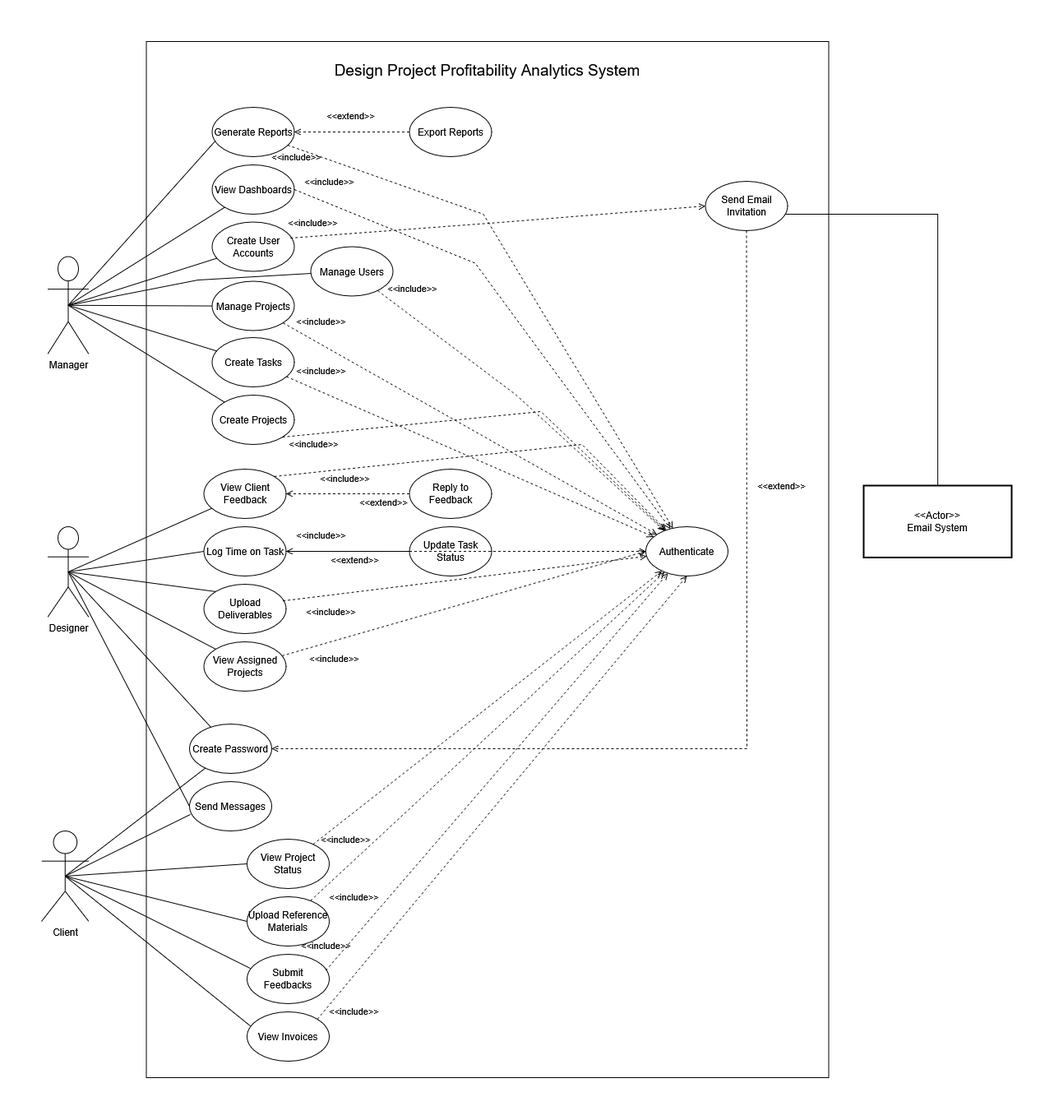
This is docs/diagrams/UseCaseGlobal.drawio.png from mahdi000666/design-analytics, a draw.io export, as it was before one commit. Source tidied: cells renumbered, new cells last; positions are measured from the earlier drawing's top-left corner, leaving out a move shared by most shapes.
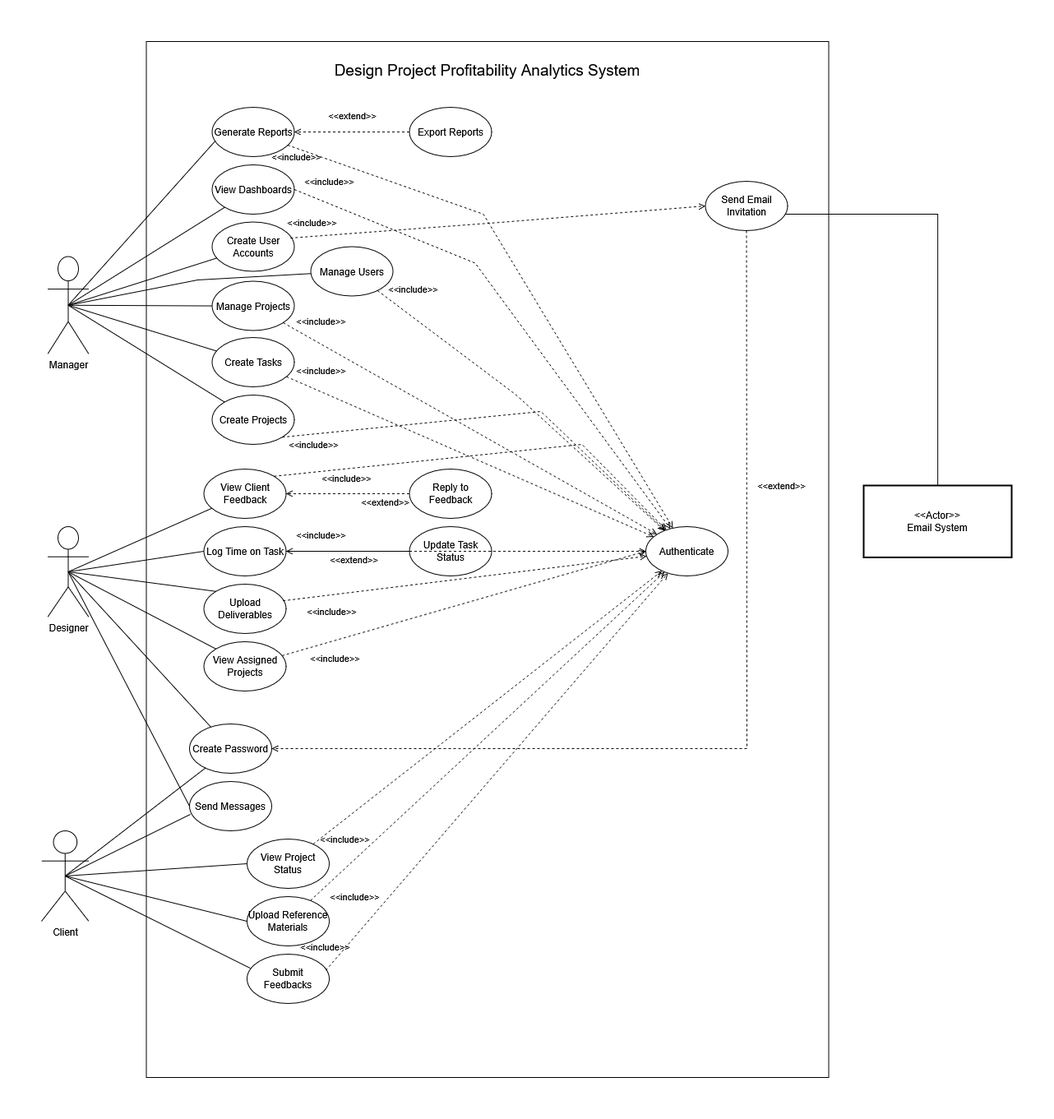
The same file after the commit.

The edit, as a diff of the source:
```diff
@@ -211,12 +211,6 @@
     <mxCell id="58" value="&amp;lt;&amp;lt;include&amp;gt;&amp;gt;" style="html=1;verticalAlign=bottom;labelBackgroundColor=none;endArrow=open;endFill=0;dashed=1;rounded=0;exitX=0.958;exitY=0.329;exitDx=0;exitDy=0;exitPerimeter=0;" parent="1" edge="1" source="49" target="19">
       <mxGeometry x="-0.95" y="13" relative="1" as="geometry" />
     </mxCell>
-    <mxCell id="59" value="View Invoices" style="ellipse;whiteSpace=wrap;html=1;" parent="1" vertex="1">
-      <mxGeometry x="250" y="1180" width="100" height="60" as="geometry" />
-    </mxCell>
-    <mxCell id="60" style="edgeStyle=none;html=1;endArrow=none;verticalAlign=bottom;rounded=0;entryX=0.039;entryY=0.285;entryDx=0;entryDy=0;exitX=0.5;exitY=0.5;exitDx=0;exitDy=0;exitPerimeter=0;entryPerimeter=0;" parent="1" edge="1" source="10" target="59">
-      <mxGeometry relative="1" as="geometry" />
-    </mxCell>
     <mxCell id="61" value="&lt;div&gt;Send Messages&lt;/div&gt;" style="ellipse;whiteSpace=wrap;html=1;" parent="1" vertex="1">
       <mxGeometry x="180" y="900" width="100" height="60" as="geometry" />
     </mxCell>
@@ -228,9 +222,6 @@
     <mxCell id="63" style="edgeStyle=none;html=1;endArrow=none;verticalAlign=bottom;rounded=0;exitX=0.5;exitY=0.5;exitDx=0;exitDy=0;exitPerimeter=0;entryX=0;entryY=0.5;entryDx=0;entryDy=0;" parent="1" edge="1" source="9" target="61">
       <mxGeometry relative="1" as="geometry" />
     </mxCell>
-    <mxCell id="64" value="&amp;lt;&amp;lt;include&amp;gt;&amp;gt;" style="html=1;verticalAlign=bottom;labelBackgroundColor=none;endArrow=open;endFill=0;dashed=1;rounded=0;exitX=1;exitY=0;exitDx=0;exitDy=0;entryX=0.5;entryY=1;entryDx=0;entryDy=0;" parent="1" edge="1" source="59" target="19">
-      <mxGeometry x="-0.92" y="-34" relative="1" as="geometry" />
-    </mxCell>
     <mxCell id="65" value="View Assigned Projects" style="ellipse;whiteSpace=wrap;html=1;" parent="1" vertex="1">
       <mxGeometry x="197.5" y="730" width="100" height="60" as="geometry" />
     </mxCell>
```
